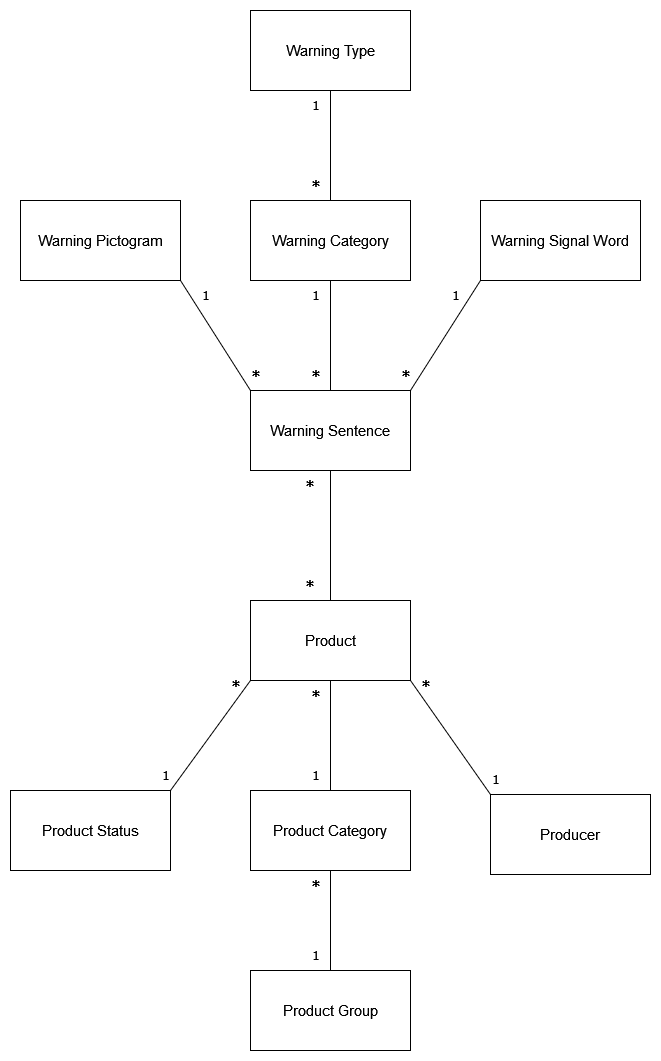
The draw.io diagram diagrams/Domain Model.png in FrederikBA/bachelor-repo, before a commit. Source tidied: cells renumbered, new cells last; positions are measured from the earlier drawing's top-left corner, leaving out a move shared by most shapes.
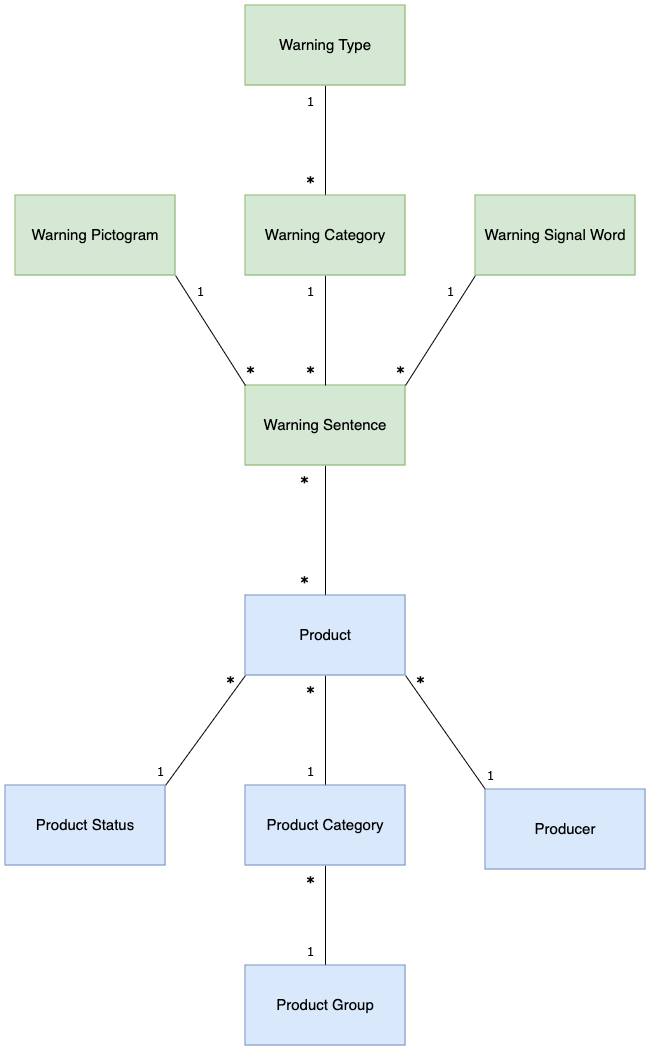
Above is the later version.

Diff of the diagram source:
```diff
@@ -14,10 +14,10 @@
     <mxCell id="5" style="rounded=0;jettySize=auto;html=1;entryX=1;entryY=0;entryDx=0;entryDy=0;exitX=0;exitY=1;exitDx=0;exitDy=0;endArrow=none;endFill=0;" parent="1" edge="1" source="6" target="36">
       <mxGeometry relative="1" as="geometry" />
     </mxCell>
-    <mxCell id="6" value="&lt;font style=&quot;font-size: 15px;&quot;&gt;Product&lt;/font&gt;" style="html=1;whiteSpace=wrap;" parent="1" vertex="1">
+    <mxCell id="6" value="&lt;font style=&quot;font-size: 15px;&quot;&gt;Product&lt;/font&gt;" style="html=1;whiteSpace=wrap;fillColor=#dae8fc;strokeColor=#6c8ebf;" parent="1" vertex="1">
       <mxGeometry x="240" y="590" width="160" height="80" as="geometry" />
     </mxCell>
-    <mxCell id="7" value="&lt;font style=&quot;font-size: 15px;&quot;&gt;Warning Sentence&lt;/font&gt;" style="html=1;whiteSpace=wrap;" parent="1" vertex="1">
+    <mxCell id="7" value="&lt;font style=&quot;font-size: 15px;&quot;&gt;Warning Sentence&lt;/font&gt;" style="html=1;whiteSpace=wrap;fillColor=#d5e8d4;strokeColor=#82b366;" parent="1" vertex="1">
       <mxGeometry x="240" y="380" width="160" height="80" as="geometry" />
     </mxCell>
     <mxCell id="8" value="&lt;font size=&quot;1&quot;&gt;&lt;b style=&quot;font-size: 14px;&quot;&gt;*&lt;/b&gt;&lt;/font&gt;" style="text;html=1;align=center;verticalAlign=middle;strokeColor=none;fillColor=none;fontFamily=Verdana;" parent="1" vertex="1">
@@ -32,7 +32,7 @@
     <mxCell id="11" style="edgeStyle=orthogonalEdgeStyle;rounded=0;jettySize=auto;html=1;entryX=0.5;entryY=1;entryDx=0;entryDy=0;endArrow=none;endFill=0;" parent="1" edge="1" source="12" target="23">
       <mxGeometry relative="1" as="geometry" />
     </mxCell>
-    <mxCell id="12" value="&lt;font style=&quot;font-size: 15px;&quot;&gt;Warning Category&lt;/font&gt;" style="html=1;whiteSpace=wrap;" parent="1" vertex="1">
+    <mxCell id="12" value="&lt;font style=&quot;font-size: 15px;&quot;&gt;Warning Category&lt;/font&gt;" style="html=1;whiteSpace=wrap;fillColor=#d5e8d4;strokeColor=#82b366;" parent="1" vertex="1">
       <mxGeometry x="240" y="190" width="160" height="80" as="geometry" />
     </mxCell>
     <mxCell id="13" value="&lt;p&gt;&lt;font face=&quot;Verdana&quot; size=&quot;1&quot;&gt;&lt;b style=&quot;font-size: 14px;&quot;&gt;*&lt;/b&gt;&lt;/font&gt;&lt;/p&gt;" style="text;html=1;align=center;verticalAlign=middle;strokeColor=none;fillColor=none;fontFamily=Verdana;" parent="1" vertex="1">
@@ -44,7 +44,7 @@
     <mxCell id="15" style="rounded=0;jettySize=auto;html=1;exitX=0;exitY=1;exitDx=0;exitDy=0;entryX=1;entryY=0;entryDx=0;entryDy=0;endArrow=none;endFill=0;" parent="1" edge="1" source="16" target="7">
       <mxGeometry relative="1" as="geometry" />
     </mxCell>
-    <mxCell id="16" value="&lt;font style=&quot;font-size: 15px;&quot;&gt;Warning Signal Word&lt;/font&gt;" style="html=1;whiteSpace=wrap;" parent="1" vertex="1">
+    <mxCell id="16" value="&lt;font style=&quot;font-size: 15px;&quot;&gt;Warning Signal Word&lt;/font&gt;" style="html=1;whiteSpace=wrap;fillColor=#d5e8d4;strokeColor=#82b366;" parent="1" vertex="1">
       <mxGeometry x="470" y="190" width="160" height="80" as="geometry" />
     </mxCell>
     <mxCell id="17" value="&lt;p&gt;&lt;font face=&quot;Verdana&quot; size=&quot;1&quot;&gt;&lt;b style=&quot;font-size: 14px;&quot;&gt;*&lt;/b&gt;&lt;/font&gt;&lt;/p&gt;" style="text;html=1;align=center;verticalAlign=middle;strokeColor=none;fillColor=none;fontFamily=Verdana;" parent="1" vertex="1">
@@ -56,7 +56,7 @@
     <mxCell id="19" style="rounded=0;jettySize=auto;html=1;entryX=0;entryY=0;entryDx=0;entryDy=0;exitX=1;exitY=1;exitDx=0;exitDy=0;endArrow=none;endFill=0;" parent="1" edge="1" source="20" target="7">
       <mxGeometry relative="1" as="geometry" />
     </mxCell>
-    <mxCell id="20" value="&lt;font style=&quot;font-size: 15px;&quot;&gt;Warning Pictogram&lt;/font&gt;" style="html=1;whiteSpace=wrap;" parent="1" vertex="1">
+    <mxCell id="20" value="&lt;font style=&quot;font-size: 15px;&quot;&gt;Warning Pictogram&lt;/font&gt;" style="html=1;whiteSpace=wrap;fillColor=#d5e8d4;strokeColor=#82b366;" parent="1" vertex="1">
       <mxGeometry x="10" y="190" width="160" height="80" as="geometry" />
     </mxCell>
     <mxCell id="21" value="&lt;p&gt;&lt;font face=&quot;Verdana&quot; size=&quot;1&quot;&gt;&lt;b style=&quot;font-size: 14px;&quot;&gt;*&lt;/b&gt;&lt;/font&gt;&lt;/p&gt;" style="text;html=1;align=center;verticalAlign=middle;strokeColor=none;fillColor=none;fontFamily=Verdana;" parent="1" vertex="1">
@@ -65,7 +65,7 @@
     <mxCell id="22" value="1" style="text;html=1;align=center;verticalAlign=middle;strokeColor=none;fillColor=none;fontFamily=Verdana;" parent="1" vertex="1">
       <mxGeometry x="180" y="270" width="30" height="30" as="geometry" />
     </mxCell>
-    <mxCell id="23" value="&lt;font style=&quot;font-size: 15px;&quot;&gt;Warning Type&lt;/font&gt;" style="html=1;whiteSpace=wrap;" parent="1" vertex="1">
+    <mxCell id="23" value="&lt;font style=&quot;font-size: 15px;&quot;&gt;Warning Type&lt;/font&gt;" style="html=1;whiteSpace=wrap;fillColor=#d5e8d4;strokeColor=#82b366;" parent="1" vertex="1">
       <mxGeometry x="240" width="160" height="80" as="geometry" />
     </mxCell>
     <mxCell id="24" value="1" style="text;html=1;align=center;verticalAlign=middle;strokeColor=none;fillColor=none;fontFamily=Verdana;" parent="1" vertex="1">
@@ -74,7 +74,7 @@
     <mxCell id="25" value="&lt;p&gt;&lt;font face=&quot;Verdana&quot; size=&quot;1&quot;&gt;&lt;b style=&quot;font-size: 14px;&quot;&gt;*&lt;/b&gt;&lt;/font&gt;&lt;/p&gt;" style="text;html=1;align=center;verticalAlign=middle;strokeColor=none;fillColor=none;fontFamily=Verdana;" parent="1" vertex="1">
       <mxGeometry x="290" y="150" width="30" height="50" as="geometry" />
     </mxCell>
-    <mxCell id="26" value="&lt;font style=&quot;font-size: 15px;&quot;&gt;Producer&lt;/font&gt;" style="html=1;whiteSpace=wrap;" parent="1" vertex="1">
+    <mxCell id="26" value="&lt;font style=&quot;font-size: 15px;&quot;&gt;Producer&lt;/font&gt;" style="html=1;whiteSpace=wrap;fillColor=#dae8fc;strokeColor=#6c8ebf;" parent="1" vertex="1">
       <mxGeometry x="480" y="784" width="160" height="80" as="geometry" />
     </mxCell>
     <mxCell id="27" value="&lt;p&gt;&lt;font face=&quot;Verdana&quot; size=&quot;1&quot;&gt;&lt;b style=&quot;font-size: 14px;&quot;&gt;*&lt;/b&gt;&lt;/font&gt;&lt;/p&gt;" style="text;html=1;align=center;verticalAlign=middle;strokeColor=none;fillColor=none;fontFamily=Verdana;" parent="1" vertex="1">
@@ -86,7 +86,7 @@
     <mxCell id="29" style="edgeStyle=orthogonalEdgeStyle;rounded=0;jettySize=auto;html=1;endArrow=none;endFill=0;" parent="1" edge="1" source="30" target="33">
       <mxGeometry relative="1" as="geometry" />
     </mxCell>
-    <mxCell id="30" value="&lt;font style=&quot;font-size: 15px;&quot;&gt;Product Category&lt;/font&gt;" style="html=1;whiteSpace=wrap;" parent="1" vertex="1">
+    <mxCell id="30" value="&lt;font style=&quot;font-size: 15px;&quot;&gt;Product Category&lt;/font&gt;" style="html=1;whiteSpace=wrap;fillColor=#dae8fc;strokeColor=#6c8ebf;" parent="1" vertex="1">
       <mxGeometry x="240" y="780" width="160" height="80" as="geometry" />
     </mxCell>
     <mxCell id="31" value="1" style="text;html=1;align=center;verticalAlign=middle;strokeColor=none;fillColor=none;fontFamily=Verdana;" parent="1" vertex="1">
@@ -95,7 +95,7 @@
     <mxCell id="32" value="&lt;p&gt;&lt;font face=&quot;Verdana&quot; size=&quot;1&quot;&gt;&lt;b style=&quot;font-size: 14px;&quot;&gt;*&lt;/b&gt;&lt;/font&gt;&lt;/p&gt;" style="text;html=1;align=center;verticalAlign=middle;strokeColor=none;fillColor=none;fontFamily=Verdana;" parent="1" vertex="1">
       <mxGeometry x="290" y="660" width="30" height="50" as="geometry" />
     </mxCell>
-    <mxCell id="33" value="&lt;font style=&quot;font-size: 15px;&quot;&gt;Product Group&lt;/font&gt;" style="html=1;whiteSpace=wrap;" parent="1" vertex="1">
+    <mxCell id="33" value="&lt;font style=&quot;font-size: 15px;&quot;&gt;Product Group&lt;/font&gt;" style="html=1;whiteSpace=wrap;fillColor=#dae8fc;strokeColor=#6c8ebf;" parent="1" vertex="1">
       <mxGeometry x="240" y="960" width="160" height="80" as="geometry" />
     </mxCell>
     <mxCell id="34" value="&lt;p&gt;&lt;font face=&quot;Verdana&quot; size=&quot;1&quot;&gt;&lt;b style=&quot;font-size: 14px;&quot;&gt;*&lt;/b&gt;&lt;/font&gt;&lt;/p&gt;" style="text;html=1;align=center;verticalAlign=middle;strokeColor=none;fillColor=none;fontFamily=Verdana;" parent="1" vertex="1">
@@ -104,7 +104,7 @@
     <mxCell id="35" value="1" style="text;html=1;align=center;verticalAlign=middle;strokeColor=none;fillColor=none;fontFamily=Verdana;" parent="1" vertex="1">
       <mxGeometry x="290" y="930" width="30" height="30" as="geometry" />
     </mxCell>
-    <mxCell id="36" value="&lt;font style=&quot;font-size: 15px;&quot;&gt;Product Status&lt;/font&gt;" style="html=1;whiteSpace=wrap;" parent="1" vertex="1">
+    <mxCell id="36" value="&lt;font style=&quot;font-size: 15px;&quot;&gt;Product Status&lt;/font&gt;" style="html=1;whiteSpace=wrap;fillColor=#dae8fc;strokeColor=#6c8ebf;" parent="1" vertex="1">
       <mxGeometry y="780" width="160" height="80" as="geometry" />
     </mxCell>
     <mxCell id="37" value="&lt;p&gt;&lt;font face=&quot;Verdana&quot; size=&quot;1&quot;&gt;&lt;b style=&quot;font-size: 14px;&quot;&gt;*&lt;/b&gt;&lt;/font&gt;&lt;/p&gt;" style="text;html=1;align=center;verticalAlign=middle;strokeColor=none;fillColor=none;fontFamily=Verdana;" parent="1" vertex="1">
```
